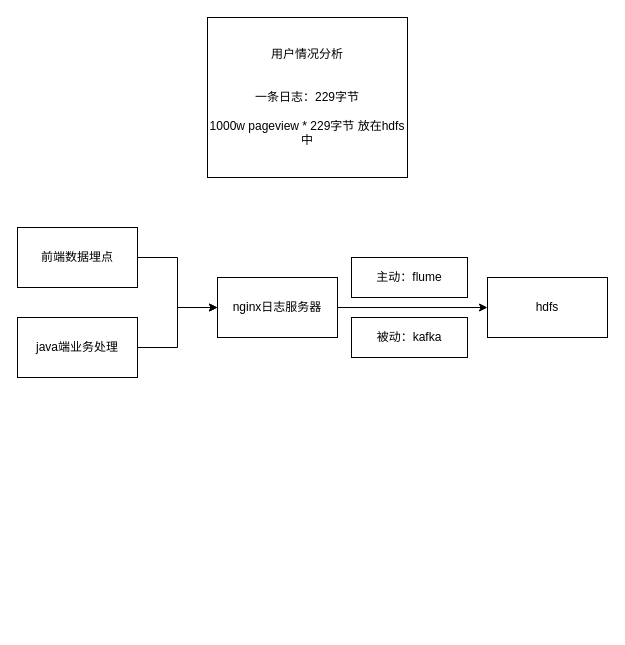
Before: 日志分析.drawio in ShortPupil/VPicture, a draw.io diagram. Source tidied: cells renumbered, new cells numbered last; positions are measured from the earlier drawing's top-left corner, leaving out a move shared by most shapes. Both pictures are drawn from the tidied source at 100%, with x=0, y=0 at pixel (17, 17).
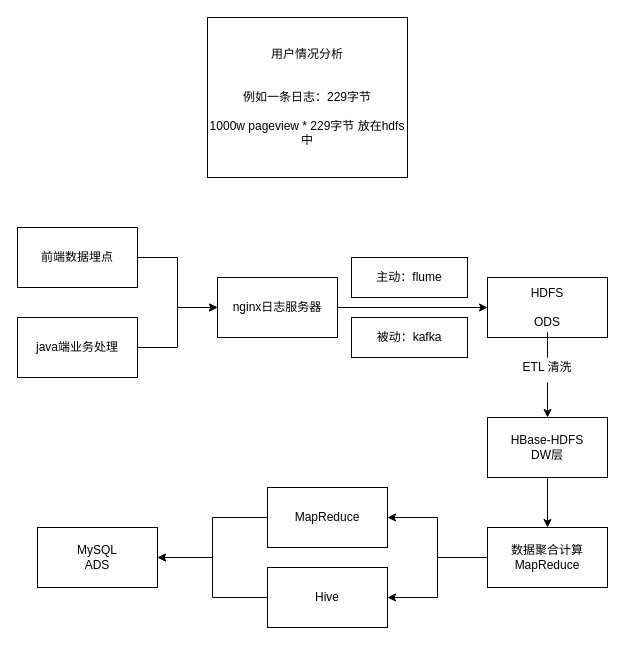
After the change.

The edit, as a diff of the source:
```diff
@@
+    <mxCell id="12" style="edgeStyle=orthogonalEdgeStyle;rounded=0;jettySize=auto;html=1;exitX=0.5;exitY=1;exitDx=0;exitDy=0;startArrow=none;" parent="1" edge="1" source="15">
+      <mxGeometry relative="1" as="geometry">
+        <mxPoint x="530" y="400" as="targetPoint" />
+      </mxGeometry>
+    </mxCell>
-    <mxCell id="8" value="hdfs" style="rounded=0;whiteSpace=wrap;html=1;" parent="1" vertex="1">
+    <mxCell id="8" value="HDFS&lt;br&gt;&lt;br&gt;ODS" style="rounded=0;whiteSpace=wrap;html=1;" parent="1" vertex="1">
       <mxGeometry x="470" y="260" width="120" height="60" as="geometry" />
     </mxCell>
-    <mxCell id="9" value="用户情况分析&lt;br&gt;&lt;br&gt;&lt;br&gt;一条日志：229字节&lt;br&gt;&lt;br&gt;1000w pageview * 229字节 放在hdfs中" style="rounded=0;whiteSpace=wrap;html=1;" parent="1" vertex="1">
+    <mxCell id="9" value="用户情况分析&lt;br&gt;&lt;br&gt;&lt;br&gt;例如一条日志：229字节&lt;br&gt;&lt;br&gt;1000w pageview * 229字节 放在hdfs中" style="rounded=0;whiteSpace=wrap;html=1;" parent="1" vertex="1">
       <mxGeometry x="190" width="200" height="160" as="geometry" />
     </mxCell>
@@
+    <mxCell id="13" style="edgeStyle=orthogonalEdgeStyle;rounded=0;jettySize=auto;html=1;" parent="1" edge="1" source="14">
+      <mxGeometry relative="1" as="geometry">
+        <mxPoint x="530" y="510" as="targetPoint" />
+      </mxGeometry>
+    </mxCell>
+    <mxCell id="14" value="HBase-HDFS&lt;br&gt;DW层" style="rounded=0;whiteSpace=wrap;html=1;" parent="1" vertex="1">
+      <mxGeometry x="470" y="400" width="120" height="60" as="geometry" />
+    </mxCell>
+    <mxCell id="15" value="ETL 清洗" style="text;html=1;strokeColor=none;fillColor=none;align=center;verticalAlign=middle;whiteSpace=wrap;rounded=0;" parent="1" vertex="1">
+      <mxGeometry x="500" y="335" width="60" height="30" as="geometry" />
+    </mxCell>
+    <mxCell id="16" style="edgeStyle=orthogonalEdgeStyle;rounded=0;jettySize=auto;html=1;exitX=0.5;exitY=1;exitDx=0;exitDy=0;endArrow=none;" parent="1" edge="1" source="8" target="15">
+      <mxGeometry relative="1" as="geometry" />
+    </mxCell>
+    <mxCell id="17" style="edgeStyle=orthogonalEdgeStyle;rounded=0;jettySize=auto;html=1;entryX=1;entryY=0.5;entryDx=0;entryDy=0;" parent="1" edge="1" source="19" target="22">
+      <mxGeometry relative="1" as="geometry" />
+    </mxCell>
+    <mxCell id="18" style="edgeStyle=orthogonalEdgeStyle;rounded=0;jettySize=auto;html=1;entryX=1;entryY=0.5;entryDx=0;entryDy=0;" parent="1" edge="1" source="19" target="24">
+      <mxGeometry relative="1" as="geometry" />
+    </mxCell>
+    <mxCell id="19" value="数据聚合计算&lt;br&gt;MapReduce" style="rounded=0;whiteSpace=wrap;html=1;" parent="1" vertex="1">
+      <mxGeometry x="470" y="510" width="120" height="60" as="geometry" />
+    </mxCell>
+    <mxCell id="20" value="MySQL&lt;br&gt;ADS" style="whiteSpace=wrap;html=1;rounded=0;" parent="1" vertex="1">
+      <mxGeometry x="20" y="510" width="120" height="60" as="geometry" />
+    </mxCell>
+    <mxCell id="21" style="edgeStyle=orthogonalEdgeStyle;rounded=0;jettySize=auto;html=1;entryX=1;entryY=0.5;entryDx=0;entryDy=0;" parent="1" edge="1" source="22" target="20">
+      <mxGeometry relative="1" as="geometry" />
+    </mxCell>
+    <mxCell id="22" value="MapReduce" style="rounded=0;whiteSpace=wrap;html=1;" parent="1" vertex="1">
+      <mxGeometry x="250" y="470" width="120" height="60" as="geometry" />
+    </mxCell>
+    <mxCell id="23" style="edgeStyle=orthogonalEdgeStyle;rounded=0;jettySize=auto;html=1;entryX=1;entryY=0.5;entryDx=0;entryDy=0;" parent="1" edge="1" source="24" target="20">
+      <mxGeometry relative="1" as="geometry" />
+    </mxCell>
+    <mxCell id="24" value="Hive" style="rounded=0;whiteSpace=wrap;html=1;" parent="1" vertex="1">
+      <mxGeometry x="250" y="550" width="120" height="60" as="geometry" />
+    </mxCell>
```
